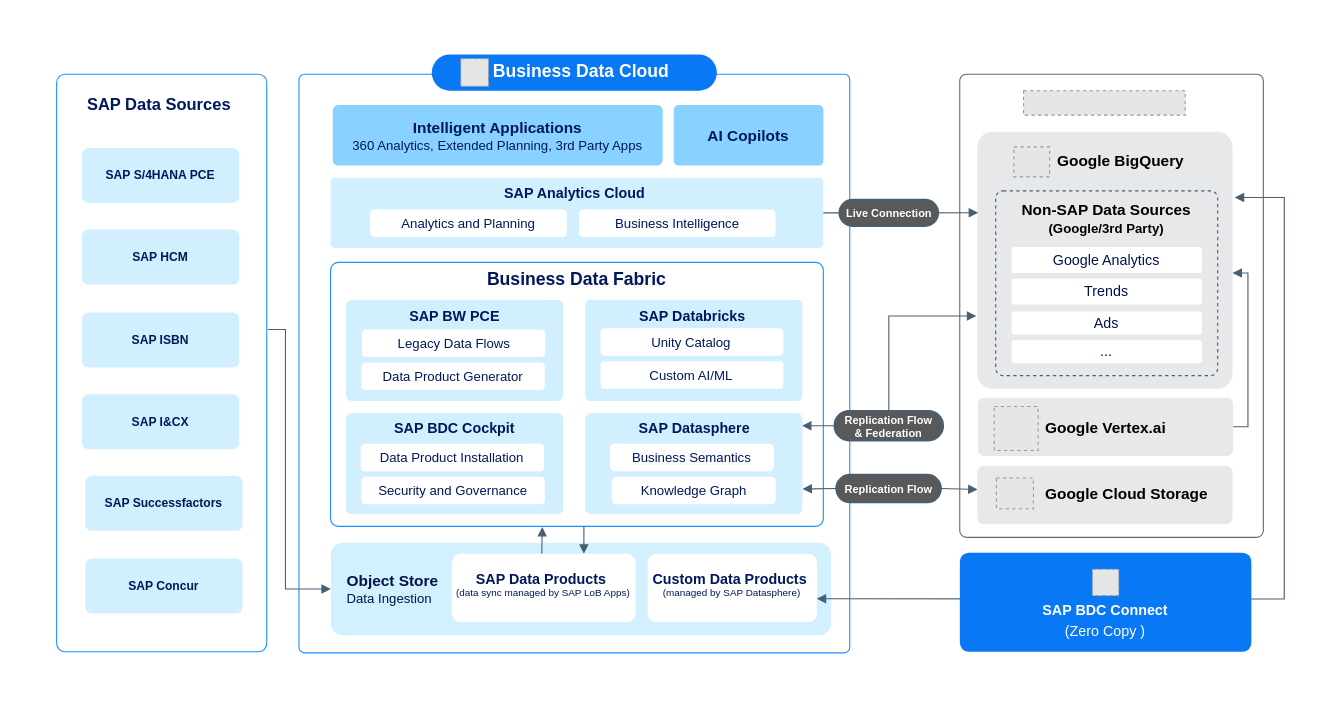
Above: docs/ref-arch/RA0004/4-gcp-data-integration/drawio/gcp-data-integration.drawio in SAP/architecture-center (draw.io), before the change. Source tidied: cells renumbered, new cells numbered last; positions are measured from the earlier drawing's top-left corner, leaving out a move shared by most shapes. Both pictures are drawn from the tidied source at 110%, with x=0, y=0 at pixel (19, 19). Pictures stored in the file or linked from it are replaced by grey dashed boxes.
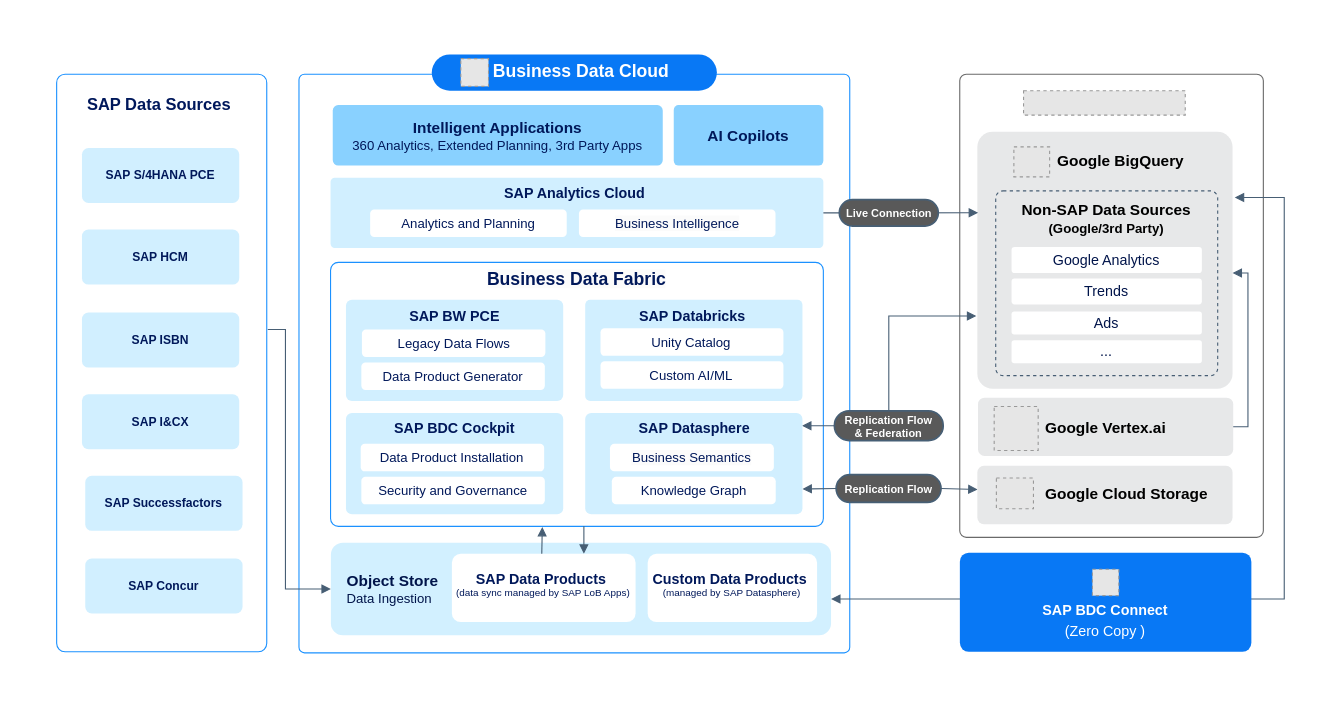
After the change.

Commit message (it also covers changes not shown here):
updated BDC-GCP architecture diagram (#1161)

* updated BDC-GCP architecture diagram

* updating meta tags for BDC-GCP Readme

The change refers to these unchanged cells:
```xml
<mxCell id="36" value="&lt;p style=&quot;margin-top: 5.4pt; margin-bottom: 0pt; margin-left: 0in; direction: ltr; unicode-bidi: embed; vertical-align: baseline; word-break: normal;&quot;&gt;&lt;/p&gt;&lt;p style=&quot;line-height: 100%; margin-top: 0px; margin-bottom: 0px;&quot;&gt;&lt;font style=&quot;&quot;&gt;&lt;font style=&quot;&quot;&gt;&lt;font style=&quot;font-size: 13px; line-height: 100%;&quot;&gt;&lt;span&gt;Custom Data Products&amp;nbsp;&lt;br&gt;&lt;/span&gt;&lt;/font&gt;&lt;/font&gt;&lt;font style=&quot;font-size: 9px;&quot;&gt;&lt;span style=&quot;font-weight: normal; background-color: transparent; line-height: 100%;&quot;&gt;(managed by SAP Datasphere&lt;/span&gt;&lt;span style=&quot;font-weight: normal; background-color: transparent; line-height: 100%;&quot;&gt;)&lt;/span&gt;&lt;/font&gt;&lt;/font&gt;&lt;/p&gt;&lt;p&gt;&lt;/p&gt;" style="rounded=1;whiteSpace=wrap;html=1;align=center;fontStyle=1;verticalAlign=middle;strokeColor=none;fillColor=default;strokeWidth=1;fontSize=11;fontFamily=Helvetica;fontColor=#00185A;arcSize=13;gradientColor=none;gradientDirection=south;spacing=0;spacingTop=0;" parent="1" vertex="1">
  <mxGeometry x="571.3" y="486" width="154" height="62" as="geometry" />
</mxCell>
```

What changed in the source:
```diff
@@
-    <mxCell id="42" style="endArrow=block;startArrow=block;html=1;rounded=0;exitX=0.998;exitY=0.658;exitDx=0;exitDy=0;exitPerimeter=0;startFill=1;endFill=1;strokeColor=#475E74;" parent="1" edge="1" source="36">
+    <mxCell id="42" style="endArrow=block;startArrow=block;html=1;rounded=0;startFill=1;endFill=1;strokeColor=#475E74;" parent="1" edge="1">
       <mxGeometry relative="1" as="geometry">
+        <mxPoint x="738" y="527" as="sourcePoint" />
         <mxPoint x="1105" y="162" as="targetPoint" />
         <Array as="points">
           <mxPoint x="948" y="527" />
           <mxPoint x="1150" y="527" />
           <mxPoint x="1150" y="162" />
         </Array>
       </mxGeometry>
     </mxCell>
```
